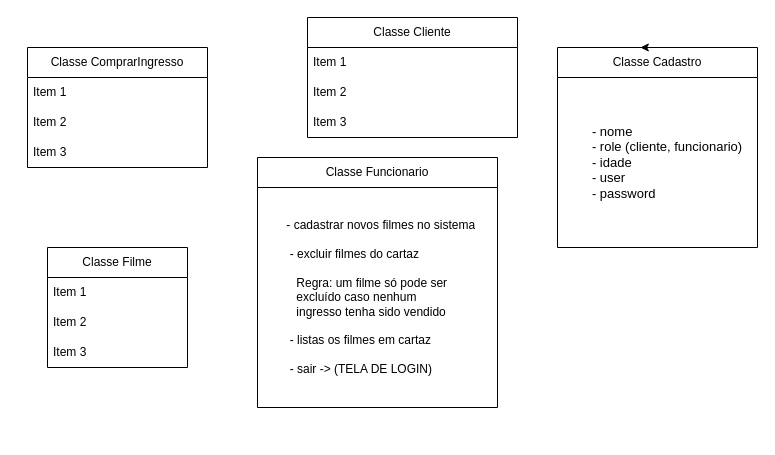
This is Diagrama sem nome.drawio from Sonegors/cineticket, a draw.io file, before an edit. Source tidied: cells renumbered, new cells numbered last; positions are measured from the earlier drawing's top-left corner, leaving out a move shared by most shapes. Both pictures are drawn from the tidied source at 100%, with x=0, y=0 at pixel (27, 17).
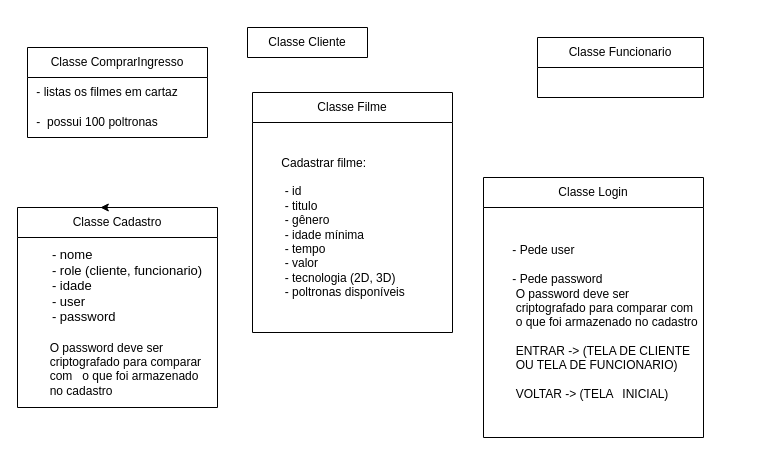
Above is the later version.

The edit, as a diff of the source:
```diff
@@
 <mxGraphModel>
   <root>
     <mxCell id="0" />
     <mxCell id="1" parent="0" />
-    <mxCell id="2" value="Classe Cliente" style="swimlane;fontStyle=0;horizontal=1;startSize=30;whiteSpace=wrap;html=1;" parent="1" vertex="1">
-      <mxGeometry x="280" width="210" height="120" as="geometry" />
+    <mxCell id="2" value="Classe Cliente" style="swimlane;fontStyle=0;horizontal=1;startSize=30;whiteSpace=wrap;html=1;" parent="1" vertex="1" collapsed="1">
+      <mxGeometry x="220" y="10" width="120" height="30" as="geometry" />
     </mxCell>
-    <mxCell id="3" value="Item 1" style="text;strokeColor=none;fillColor=none;align=left;verticalAlign=middle;spacingLeft=4;spacingRight=4;overflow=hidden;whiteSpace=wrap;html=1;" parent="2" vertex="1">
-      <mxGeometry y="30" width="210" height="30" as="geometry" />
-    </mxCell>
-    <mxCell id="4" value="Item 2" style="text;strokeColor=none;fillColor=none;align=left;verticalAlign=middle;spacingLeft=4;spacingRight=4;overflow=hidden;whiteSpace=wrap;html=1;" parent="2" vertex="1">
-      <mxGeometry y="60" width="210" height="30" as="geometry" />
-    </mxCell>
-    <mxCell id="5" value="Item 3" style="text;strokeColor=none;fillColor=none;align=left;verticalAlign=middle;spacingLeft=4;spacingRight=4;overflow=hidden;whiteSpace=wrap;html=1;" parent="2" vertex="1">
-      <mxGeometry y="90" width="210" height="30" as="geometry" />
-    </mxCell>
     <mxCell id="6" value="Classe Filme" style="swimlane;fontStyle=0;horizontal=1;startSize=30;whiteSpace=wrap;html=1;" parent="1" vertex="1">
-      <mxGeometry x="20" y="230" width="140" height="120" as="geometry" />
+      <mxGeometry x="225" y="75" width="200" height="240" as="geometry" />
     </mxCell>
-    <mxCell id="7" value="Item 1" style="text;strokeColor=none;fillColor=none;align=left;verticalAlign=middle;spacingLeft=4;spacingRight=4;overflow=hidden;whiteSpace=wrap;html=1;" parent="6" vertex="1">
-      <mxGeometry y="30" width="140" height="30" as="geometry" />
+    <mxCell id="7" value="&lt;div&gt;&amp;nbsp;&amp;nbsp;&amp;nbsp;&amp;nbsp;&amp;nbsp;&amp;nbsp; Cadastrar filme:&lt;/div&gt;&lt;div&gt;&lt;br&gt;&lt;/div&gt;&amp;nbsp;&amp;nbsp; &amp;nbsp;&amp;nbsp;&amp;nbsp;&amp;nbsp; - id &lt;br&gt;&amp;nbsp;&amp;nbsp; &amp;nbsp;&amp;nbsp;&amp;nbsp;&amp;nbsp; - titulo&lt;br&gt;&amp;nbsp;&amp;nbsp; &amp;nbsp;&amp;nbsp;&amp;nbsp;&amp;nbsp; - gênero&lt;br&gt;&amp;nbsp;&amp;nbsp; &amp;nbsp;&amp;nbsp;&amp;nbsp;&amp;nbsp; - idade mínima&lt;br&gt;&amp;nbsp;&amp;nbsp; &amp;nbsp;&amp;nbsp;&amp;nbsp;&amp;nbsp; - tempo&lt;br&gt;&amp;nbsp;&amp;nbsp; &amp;nbsp;&amp;nbsp;&amp;nbsp;&amp;nbsp; - valor&lt;br&gt;&amp;nbsp;&amp;nbsp; &amp;nbsp;&amp;nbsp;&amp;nbsp;&amp;nbsp; - tecnologia (2D, 3D)&lt;br&gt;&amp;nbsp;&amp;nbsp; &amp;nbsp;&amp;nbsp;&amp;nbsp;&amp;nbsp; - poltronas disponíveis" style="text;strokeColor=none;fillColor=none;align=left;verticalAlign=middle;spacingLeft=4;spacingRight=4;overflow=hidden;whiteSpace=wrap;html=1;" parent="6" vertex="1">
+      <mxGeometry y="30" width="200" height="210" as="geometry" />
     </mxCell>
-    <mxCell id="8" value="Item 2" style="text;strokeColor=none;fillColor=none;align=left;verticalAlign=middle;spacingLeft=4;spacingRight=4;overflow=hidden;whiteSpace=wrap;html=1;" parent="6" vertex="1">
-      <mxGeometry y="60" width="140" height="30" as="geometry" />
-    </mxCell>
-    <mxCell id="9" value="Item 3" style="text;strokeColor=none;fillColor=none;align=left;verticalAlign=middle;spacingLeft=4;spacingRight=4;overflow=hidden;whiteSpace=wrap;html=1;" parent="6" vertex="1">
-      <mxGeometry y="90" width="140" height="30" as="geometry" />
-    </mxCell>
-    <mxCell id="10" value="Classe Funcionario" style="swimlane;fontStyle=0;horizontal=1;startSize=30;whiteSpace=wrap;html=1;" parent="1" vertex="1">
-      <mxGeometry x="230" y="140" width="240" height="250" as="geometry" />
+    <mxCell id="10" value="Classe Funcionario" style="swimlane;fontStyle=0;horizontal=1;startSize=30;whiteSpace=wrap;html=1;" parent="1" vertex="1" collapsed="1">
+      <mxGeometry x="510" y="20" width="166" height="60" as="geometry" />
     </mxCell>
-    <mxCell id="11" value="&lt;div align=&quot;left&quot;&gt;&amp;nbsp;&amp;nbsp;&amp;nbsp;&amp;nbsp;&amp;nbsp;&amp;nbsp; - cadastrar novos filmes no sistema&lt;/div&gt;&lt;div align=&quot;left&quot;&gt;&lt;br&gt;&lt;/div&gt;&lt;div align=&quot;left&quot;&gt;&amp;nbsp;&amp;nbsp; &amp;nbsp;&amp;nbsp;&amp;nbsp;&amp;nbsp; - excluir filmes do cartaz&lt;/div&gt;&lt;div align=&quot;left&quot;&gt;&lt;br&gt;&lt;/div&gt;&lt;div align=&quot;left&quot;&gt;&amp;nbsp;&amp;nbsp; &amp;nbsp;&amp;nbsp;&amp;nbsp;&amp;nbsp; &amp;nbsp; Regra: um filme só pode ser&amp;nbsp;&lt;/div&gt;&lt;div align=&quot;left&quot;&gt;&amp;nbsp;&amp;nbsp;&amp;nbsp;&amp;nbsp;&amp;nbsp;&amp;nbsp;&amp;nbsp;&amp;nbsp;&amp;nbsp; excluído caso nenhum&amp;nbsp;&amp;nbsp;&amp;nbsp;&lt;/div&gt;&lt;div align=&quot;left&quot;&gt;&amp;nbsp;&amp;nbsp;&amp;nbsp;&amp;nbsp;&amp;nbsp;&amp;nbsp;&amp;nbsp;&amp;nbsp;&amp;nbsp; ingresso tenha sido vendido&lt;/div&gt;&lt;div align=&quot;left&quot;&gt;&lt;br&gt;&lt;/div&gt;&lt;div align=&quot;left&quot;&gt;&amp;nbsp;&amp;nbsp; &amp;nbsp;&amp;nbsp;&amp;nbsp;&amp;nbsp; - listas os filmes em cartaz&lt;br&gt;&lt;/div&gt;&lt;div align=&quot;left&quot;&gt;&lt;br&gt;&lt;/div&gt;&lt;div align=&quot;left&quot;&gt;&amp;nbsp;&amp;nbsp; &amp;nbsp;&amp;nbsp;&amp;nbsp;&amp;nbsp; - sair -&amp;gt; (TELA DE LOGIN)&lt;/div&gt;" style="text;strokeColor=none;fillColor=none;align=left;verticalAlign=middle;spacingLeft=4;spacingRight=4;overflow=hidden;whiteSpace=wrap;html=1;" parent="10" vertex="1">
-      <mxGeometry y="30" width="240" height="220" as="geometry" />
-    </mxCell>
     <mxCell id="12" value="Classe ComprarIngresso" style="swimlane;fontStyle=0;horizontal=1;startSize=30;whiteSpace=wrap;html=1;" parent="1" vertex="1">
-      <mxGeometry y="30" width="180" height="120" as="geometry" />
+      <mxGeometry y="30" width="180" height="90" as="geometry" />
     </mxCell>
+    <mxCell id="14" value="&amp;nbsp;- listas os filmes em cartaz" style="text;strokeColor=none;fillColor=none;align=left;verticalAlign=middle;spacingLeft=4;spacingRight=4;overflow=hidden;whiteSpace=wrap;html=1;" parent="12" vertex="1">
+      <mxGeometry y="30" width="180" height="30" as="geometry" />
+    </mxCell>
-    <mxCell id="13" value="Item 1" style="text;strokeColor=none;fillColor=none;align=left;verticalAlign=middle;spacingLeft=4;spacingRight=4;overflow=hidden;whiteSpace=wrap;html=1;" parent="12" vertex="1">
-      <mxGeometry y="30" width="180" height="30" as="geometry" />
+    <mxCell id="13" value="&amp;nbsp;-&amp;nbsp; possui 100 poltronas" style="text;strokeColor=none;fillColor=none;align=left;verticalAlign=middle;spacingLeft=4;spacingRight=4;overflow=hidden;whiteSpace=wrap;html=1;" parent="12" vertex="1">
+      <mxGeometry y="60" width="180" height="30" as="geometry" />
     </mxCell>
-    <mxCell id="14" value="Item 2" style="text;strokeColor=none;fillColor=none;align=left;verticalAlign=middle;spacingLeft=4;spacingRight=4;overflow=hidden;whiteSpace=wrap;html=1;" parent="12" vertex="1">
-      <mxGeometry y="60" width="180" height="30" as="geometry" />
-    </mxCell>
-    <mxCell id="15" value="Item 3" style="text;strokeColor=none;fillColor=none;align=left;verticalAlign=middle;spacingLeft=4;spacingRight=4;overflow=hidden;whiteSpace=wrap;html=1;" parent="12" vertex="1">
-      <mxGeometry y="90" width="180" height="30" as="geometry" />
-    </mxCell>
     <mxCell id="16" value="&lt;div&gt;&lt;br&gt;&lt;/div&gt;&lt;div&gt;Classe Cadastro&lt;/div&gt;&lt;div&gt;&lt;br&gt;&lt;/div&gt;" style="swimlane;fontStyle=0;horizontal=1;startSize=30;whiteSpace=wrap;html=1;" parent="1" vertex="1">
-      <mxGeometry x="530" y="30" width="200" height="200" as="geometry" />
+      <mxGeometry x="-10" y="190" width="200" height="200" as="geometry" />
     </mxCell>
-    <mxCell id="17" value="&lt;font style=&quot;font-size: 13px;&quot;&gt;&lt;span style=&quot;white-space: pre;&quot;&gt;&#9;&lt;/span&gt;- nome&lt;br&gt;&amp;nbsp;&amp;nbsp; &amp;nbsp;&amp;nbsp;&amp;nbsp;&amp;nbsp; - role (cliente, funcionario)&lt;br&gt;&amp;nbsp;&amp;nbsp; &amp;nbsp;&amp;nbsp;&amp;nbsp;&amp;nbsp; - idade&lt;br&gt;&amp;nbsp;&amp;nbsp; &amp;nbsp;&amp;nbsp;&amp;nbsp;&amp;nbsp; - user&lt;br&gt;&amp;nbsp;&amp;nbsp; &amp;nbsp;&amp;nbsp;&amp;nbsp;&amp;nbsp; - password&lt;/font&gt;" style="text;strokeColor=none;fillColor=none;align=left;verticalAlign=middle;spacingLeft=4;spacingRight=4;overflow=hidden;whiteSpace=wrap;html=1;" parent="16" vertex="1">
+    <mxCell id="17" value="&lt;font style=&quot;font-size: 13px;&quot;&gt;&lt;span style=&quot;&quot;&gt;&lt;span style=&quot;white-space: pre;&quot;&gt;&amp;nbsp;&amp;nbsp;&amp;nbsp;&amp;nbsp;&lt;/span&gt;&lt;/span&gt;&amp;nbsp;&amp;nbsp;&amp;nbsp; - nome&lt;br&gt;&amp;nbsp;&amp;nbsp; &amp;nbsp;&amp;nbsp;&amp;nbsp;&amp;nbsp; - role (cliente, funcionario)&lt;br&gt;&amp;nbsp;&amp;nbsp; &amp;nbsp;&amp;nbsp;&amp;nbsp;&amp;nbsp; - idade&lt;br&gt;&amp;nbsp;&amp;nbsp; &amp;nbsp;&amp;nbsp;&amp;nbsp;&amp;nbsp; - user&lt;br&gt;&lt;/font&gt;&lt;div&gt;&lt;font style=&quot;font-size: 13px;&quot;&gt;&amp;nbsp;&amp;nbsp; &amp;nbsp;&amp;nbsp;&amp;nbsp;&amp;nbsp; - password&lt;/font&gt;&lt;/div&gt;&lt;div&gt;&lt;font style=&quot;font-size: 13px;&quot;&gt;&lt;br&gt;&lt;/font&gt;&lt;/div&gt;&lt;div&gt;&amp;nbsp;&amp;nbsp; &amp;nbsp;&amp;nbsp;&amp;nbsp;&amp;nbsp; O password deve ser&amp;nbsp;&amp;nbsp;&amp;nbsp; &lt;span style=&quot;white-space: pre;&quot;&gt;&amp;nbsp;&amp;nbsp;&amp;nbsp;&amp;nbsp;&lt;span style=&quot;white-space: pre;&quot;&gt;&#9;&lt;/span&gt;&lt;/span&gt;criptografado para comparar &lt;span style=&quot;white-space: pre;&quot;&gt;&#9;&lt;/span&gt;com &lt;span style=&quot;&quot;&gt;&lt;span style=&quot;white-space: pre;&quot;&gt;&amp;nbsp;&amp;nbsp;&lt;/span&gt;&lt;/span&gt;o que foi armazenado &lt;span style=&quot;white-space: pre;&quot;&gt;&#9;&lt;/span&gt;no cadastro&lt;/div&gt;" style="text;strokeColor=none;fillColor=none;align=left;verticalAlign=middle;spacingLeft=4;spacingRight=4;overflow=hidden;whiteSpace=wrap;html=1;" parent="16" vertex="1">
       <mxGeometry y="30" width="200" height="170" as="geometry" />
     </mxCell>
     <mxCell id="18" style="edgeStyle=orthogonalEdgeStyle;rounded=0;orthogonalLoop=1;jettySize=auto;html=1;exitX=0.5;exitY=0;exitDx=0;exitDy=0;entryX=0.414;entryY=0;entryDx=0;entryDy=0;entryPerimeter=0;" parent="1" edge="1" source="16" target="16">
       <mxGeometry relative="1" as="geometry" />
     </mxCell>
+    <mxCell id="19" value="Classe Login" style="swimlane;fontStyle=0;horizontal=1;startSize=30;whiteSpace=wrap;html=1;" parent="1" vertex="1">
+      <mxGeometry x="456" y="160" width="220" height="260" as="geometry" />
+    </mxCell>
+    <mxCell id="20" value="&lt;div&gt;&amp;nbsp;&amp;nbsp;&amp;nbsp;&amp;nbsp;&amp;nbsp;&amp;nbsp; - Pede user&lt;/div&gt;&lt;div&gt;&lt;br&gt;&lt;/div&gt;&lt;div&gt;&amp;nbsp;&amp;nbsp; &amp;nbsp;&amp;nbsp;&amp;nbsp; - Pede password&lt;/div&gt;&amp;nbsp;&amp;nbsp; &amp;nbsp;&amp;nbsp;&amp;nbsp;&amp;nbsp; O password deve ser&amp;nbsp;&amp;nbsp;&amp;nbsp; &lt;span style=&quot;white-space: pre;&quot;&gt;&#9;&lt;/span&gt;criptografado para comparar com &lt;span style=&quot;white-space: pre;&quot;&gt;&#9;&lt;/span&gt;o que foi armazenado no cadastro&lt;br&gt;&lt;div&gt;&amp;nbsp;&amp;nbsp; &amp;nbsp;&amp;nbsp;&amp;nbsp; &amp;nbsp;&lt;/div&gt;&lt;div&gt;&lt;span style=&quot;white-space: pre;&quot;&gt;&#9;&lt;/span&gt;ENTRAR -&amp;gt; (TELA DE CLIENTE &lt;span style=&quot;white-space: pre;&quot;&gt;&#9;&lt;/span&gt;OU TELA DE FUNCIONARIO)&lt;/div&gt;&lt;div&gt;&lt;br&gt;&lt;/div&gt;&amp;nbsp;&amp;nbsp;&amp;nbsp;&amp;nbsp;&amp;nbsp;&amp;nbsp;&amp;nbsp; VOLTAR -&amp;gt; (TELA &lt;span style=&quot;white-space: pre;&quot;&gt;&#9;&lt;/span&gt;INICIAL)" style="text;strokeColor=none;fillColor=none;align=left;verticalAlign=middle;spacingLeft=4;spacingRight=4;overflow=hidden;whiteSpace=wrap;html=1;" parent="19" vertex="1">
+      <mxGeometry y="30" width="220" height="230" as="geometry" />
+    </mxCell>
   </root>
 </mxGraphModel>
```
